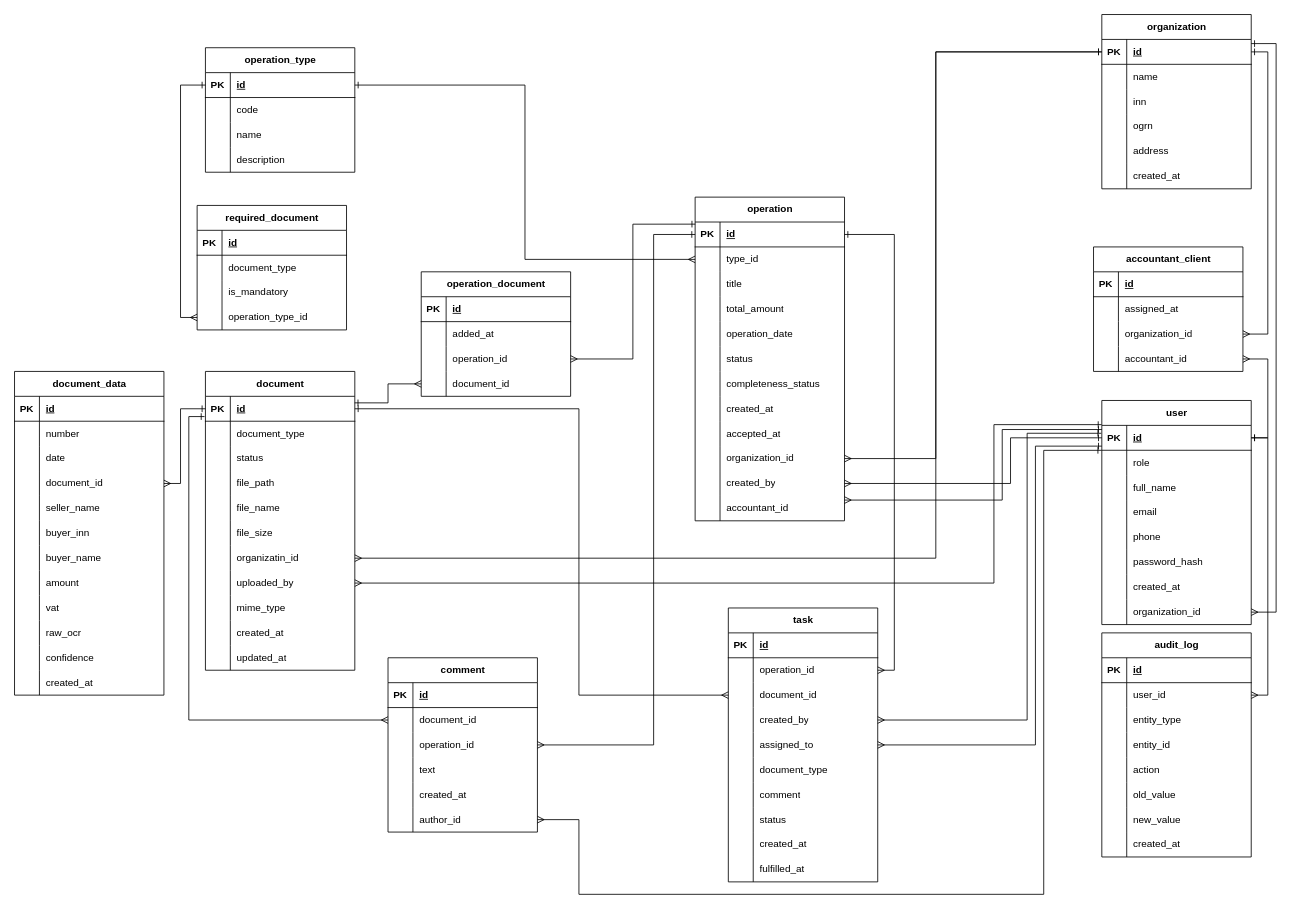
vettta06/docuflow keeps this draw.io diagram as artifacts/er_logical.drawio. Above is the earlier version. Source tidied: cells renumbered, new cells numbered last; positions are measured from the earlier drawing's top-left corner, leaving out a move shared by most shapes. Both pictures are drawn from the tidied source at 83%, with x=0, y=0 at pixel (14, 14).
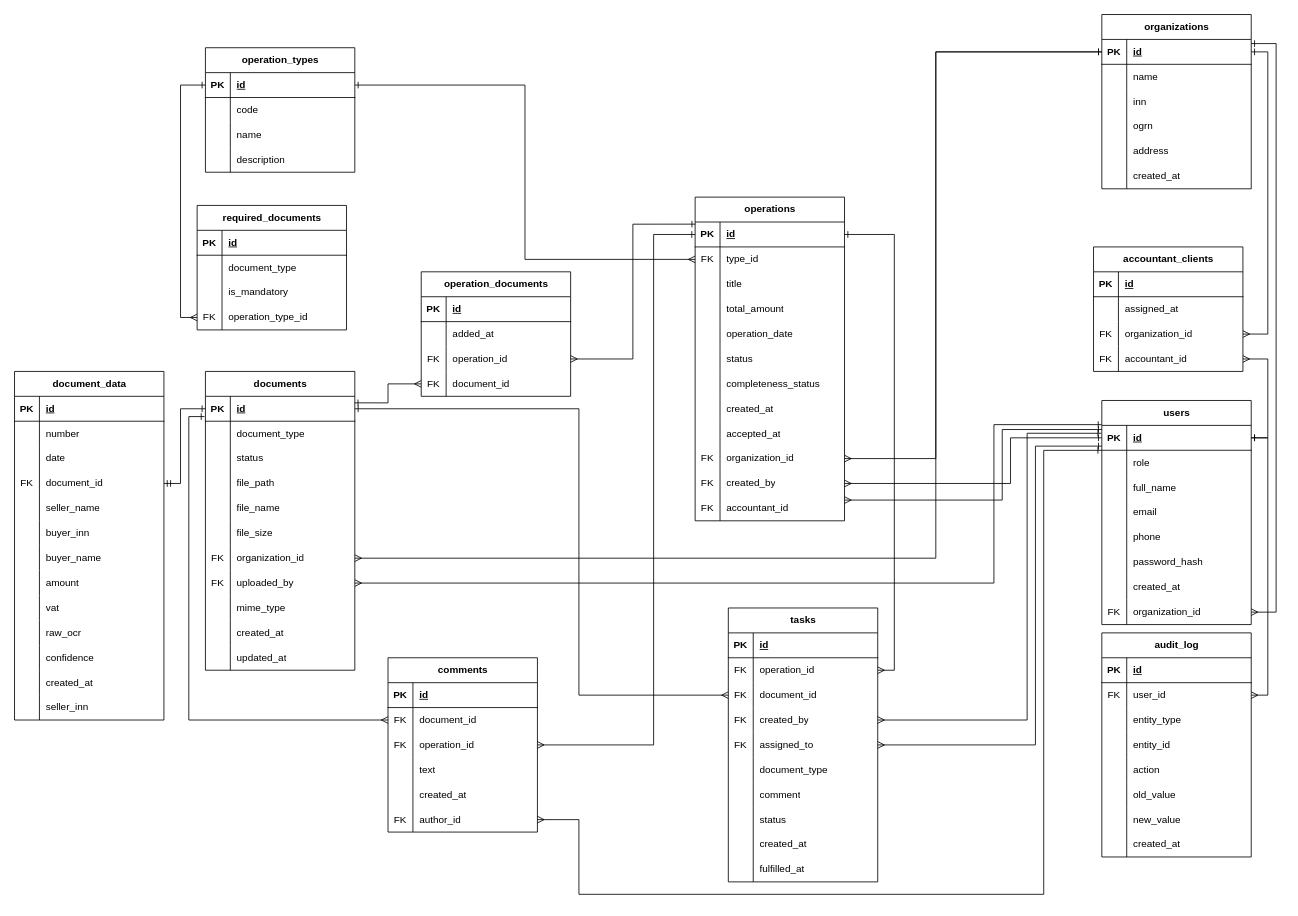
Above is the later version.

The change refers to these unchanged cells:
```xml
<mxCell id="56" style="shape=tableRow;horizontal=0;startSize=0;swimlaneHead=0;swimlaneBody=0;fillColor=none;points=[[0,0.5],[1,0.5]];portConstraint=eastwest;top=0;left=0;right=0;bottom=0;" parent="34" vertex="1">
  <mxGeometry y="240" width="180" height="30" as="geometry" />
</mxCell>
<mxCell id="67" style="shape=tableRow;horizontal=0;startSize=0;swimlaneHead=0;swimlaneBody=0;fillColor=none;points=[[0,0.5],[1,0.5]];portConstraint=eastwest;top=0;left=0;right=0;bottom=0;" parent="60" vertex="1">
  <mxGeometry y="90" width="180" height="30" as="geometry" />
</mxCell>
<mxCell id="70" style="shape=tableRow;horizontal=0;startSize=0;swimlaneHead=0;swimlaneBody=0;fillColor=none;points=[[0,0.5],[1,0.5]];portConstraint=eastwest;top=0;left=0;right=0;bottom=0;" parent="60" vertex="1">
  <mxGeometry y="120" width="180" height="30" as="geometry" />
</mxCell>
<mxCell id="84" style="shape=tableRow;horizontal=0;startSize=0;swimlaneHead=0;swimlaneBody=0;fillColor=none;points=[[0,0.5],[1,0.5]];portConstraint=eastwest;top=0;left=0;right=0;bottom=0;" parent="74" vertex="1">
  <mxGeometry y="120" width="180" height="30" as="geometry" />
</mxCell>
<mxCell id="91" style="shape=tableRow;horizontal=0;startSize=0;swimlaneHead=0;swimlaneBody=0;fillColor=none;points=[[0,0.5],[1,0.5]];portConstraint=eastwest;top=0;left=0;right=0;bottom=0;" parent="87" vertex="1">
  <mxGeometry y="60" width="180" height="30" as="geometry" />
</mxCell>
<mxCell id="115" style="shape=tableRow;horizontal=0;startSize=0;swimlaneHead=0;swimlaneBody=0;fillColor=none;points=[[0,0.5],[1,0.5]];portConstraint=eastwest;top=0;left=0;right=0;bottom=0;" parent="87" vertex="1">
  <mxGeometry y="300" width="180" height="30" as="geometry" />
</mxCell>
<mxCell id="118" style="shape=tableRow;horizontal=0;startSize=0;swimlaneHead=0;swimlaneBody=0;fillColor=none;points=[[0,0.5],[1,0.5]];portConstraint=eastwest;top=0;left=0;right=0;bottom=0;" parent="87" vertex="1">
  <mxGeometry y="330" width="180" height="30" as="geometry" />
</mxCell>
<mxCell id="121" style="shape=tableRow;horizontal=0;startSize=0;swimlaneHead=0;swimlaneBody=0;fillColor=none;top=0;left=0;right=0;bottom=0;" parent="87" vertex="1">
  <mxGeometry y="360" width="180" height="30" as="geometry" />
</mxCell>
<mxCell id="126" style="shape=tableRow;horizontal=0;startSize=0;swimlaneHead=0;swimlaneBody=0;fillColor=none;points=[[0,0.5],[1,0.5]];portConstraint=eastwest;top=0;left=0;right=0;bottom=1;" parent="125" vertex="1">
  <mxGeometry y="30" width="180" height="30" as="geometry" />
</mxCell>
<mxCell id="144" style="shape=tableRow;horizontal=0;startSize=0;swimlaneHead=0;swimlaneBody=0;fillColor=none;points=[[0,0.5],[1,0.5]];portConstraint=eastwest;top=0;left=0;right=0;bottom=0;" parent="125" vertex="1">
  <mxGeometry y="210" width="180" height="30" as="geometry" />
</mxCell>
<mxCell id="147" style="shape=tableRow;horizontal=0;startSize=0;swimlaneHead=0;swimlaneBody=0;fillColor=none;points=[[0,0.5],[1,0.5]];portConstraint=eastwest;top=0;left=0;right=0;bottom=0;" parent="125" vertex="1">
  <mxGeometry y="240" width="180" height="30" as="geometry" />
</mxCell>
<mxCell id="170" style="shape=tableRow;horizontal=0;startSize=0;swimlaneHead=0;swimlaneBody=0;fillColor=none;points=[[0,0.5],[1,0.5]];portConstraint=eastwest;top=0;left=0;right=0;bottom=0;" parent="160" vertex="1">
  <mxGeometry y="120" width="180" height="30" as="geometry" />
</mxCell>
<mxCell id="204" style="shape=tableRow;horizontal=0;startSize=0;swimlaneHead=0;swimlaneBody=0;fillColor=none;points=[[0,0.5],[1,0.5]];portConstraint=eastwest;top=0;left=0;right=0;bottom=0;" parent="197" vertex="1">
  <mxGeometry y="90" width="180" height="30" as="geometry" />
</mxCell>
<mxCell id="207" style="shape=tableRow;horizontal=0;startSize=0;swimlaneHead=0;swimlaneBody=0;fillColor=none;points=[[0,0.5],[1,0.5]];portConstraint=eastwest;top=0;left=0;right=0;bottom=0;" parent="197" vertex="1">
  <mxGeometry y="120" width="180" height="30" as="geometry" />
</mxCell>
<mxCell id="214" style="shape=tableRow;horizontal=0;startSize=0;swimlaneHead=0;swimlaneBody=0;fillColor=none;points=[[0,0.5],[1,0.5]];portConstraint=eastwest;top=0;left=0;right=0;bottom=0;" parent="210" vertex="1">
  <mxGeometry y="60" width="180" height="30" as="geometry" />
</mxCell>
<mxCell id="217" style="shape=tableRow;horizontal=0;startSize=0;swimlaneHead=0;swimlaneBody=0;fillColor=none;points=[[0,0.5],[1,0.5]];portConstraint=eastwest;top=0;left=0;right=0;bottom=0;" parent="210" vertex="1">
  <mxGeometry y="90" width="180" height="30" as="geometry" />
</mxCell>
<mxCell id="220" style="shape=tableRow;horizontal=0;startSize=0;swimlaneHead=0;swimlaneBody=0;fillColor=none;points=[[0,0.5],[1,0.5]];portConstraint=eastwest;top=0;left=0;right=0;bottom=0;" parent="210" vertex="1">
  <mxGeometry y="120" width="180" height="30" as="geometry" />
</mxCell>
<mxCell id="223" style="shape=tableRow;horizontal=0;startSize=0;swimlaneHead=0;swimlaneBody=0;fillColor=none;points=[[0,0.5],[1,0.5]];portConstraint=eastwest;top=0;left=0;right=0;bottom=0;" parent="210" vertex="1">
  <mxGeometry y="150" width="180" height="30" as="geometry" />
</mxCell>
<mxCell id="245" style="shape=tableRow;horizontal=0;startSize=0;swimlaneHead=0;swimlaneBody=0;fillColor=none;points=[[0,0.5],[1,0.5]];portConstraint=eastwest;top=0;left=0;right=0;bottom=0;" parent="241" vertex="1">
  <mxGeometry y="60" width="180" height="30" as="geometry" />
</mxCell>
<mxCell id="248" style="shape=tableRow;horizontal=0;startSize=0;swimlaneHead=0;swimlaneBody=0;fillColor=none;points=[[0,0.5],[1,0.5]];portConstraint=eastwest;top=0;left=0;right=0;bottom=0;" parent="241" vertex="1">
  <mxGeometry y="90" width="180" height="30" as="geometry" />
</mxCell>
<mxCell id="257" style="shape=tableRow;horizontal=0;startSize=0;swimlaneHead=0;swimlaneBody=0;fillColor=none;points=[[0,0.5],[1,0.5]];portConstraint=eastwest;top=0;left=0;right=0;bottom=0;" parent="241" vertex="1">
  <mxGeometry y="180" width="180" height="30" as="geometry" />
</mxCell>
<mxCell id="264" style="shape=tableRow;horizontal=0;startSize=0;swimlaneHead=0;swimlaneBody=0;fillColor=none;points=[[0,0.5],[1,0.5]];portConstraint=eastwest;top=0;left=0;right=0;bottom=0;" parent="260" vertex="1">
  <mxGeometry y="60" width="180" height="30" as="geometry" />
</mxCell>
```

The edit, as a diff of the source:
```diff
@@
-    <mxCell id="2" value="organization" style="shape=table;startSize=30;childLayout=tableLayout;rowLines=0;fontStyle=1;align=center;html=1;" parent="1" vertex="1">
+    <mxCell id="2" value="organizations" style="shape=table;startSize=30;childLayout=tableLayout;rowLines=0;fontStyle=1;align=center;html=1;" parent="1" vertex="1">
       <mxGeometry x="1310" width="180" height="210" as="geometry" />
     </mxCell>
@@
-    <mxCell id="21" value="operation_type" style="shape=table;startSize=30;childLayout=tableLayout;rowLines=0;fontStyle=1;align=center;html=1;" parent="1" vertex="1">
+    <mxCell id="21" value="operation_types" style="shape=table;startSize=30;childLayout=tableLayout;rowLines=0;fontStyle=1;align=center;html=1;" parent="1" vertex="1">
       <mxGeometry x="230" y="40" width="180" height="150" as="geometry" />
     </mxCell>
@@
-    <mxCell id="34" value="user" style="shape=table;startSize=30;childLayout=tableLayout;rowLines=0;fontStyle=1;align=center;html=1;" parent="1" vertex="1">
+    <mxCell id="34" value="users" style="shape=table;startSize=30;childLayout=tableLayout;rowLines=0;fontStyle=1;align=center;html=1;" parent="1" vertex="1">
       <mxGeometry x="1310" y="465" width="180" height="270" as="geometry" />
     </mxCell>
@@
-    <mxCell id="57" style="shape=partialRectangle;fillColor=none;top=0;left=0;bottom=0;right=0;overflow=hidden;whiteSpace=wrap;html=1;" parent="56" vertex="1">
+    <mxCell id="57" value="FK" style="shape=partialRectangle;fillColor=none;top=0;left=0;bottom=0;right=0;overflow=hidden;whiteSpace=wrap;html=1;" parent="56" vertex="1">
       <mxGeometry width="30" height="30" as="geometry" />
     </mxCell>
@@
-    <mxCell id="60" value="accountant_client" style="shape=table;startSize=30;childLayout=tableLayout;rowLines=0;fontStyle=1;align=center;html=1;" parent="1" vertex="1">
+    <mxCell id="60" value="accountant_clients" style="shape=table;startSize=30;childLayout=tableLayout;rowLines=0;fontStyle=1;align=center;html=1;" parent="1" vertex="1">
       <mxGeometry x="1300" y="280" width="180" height="150" as="geometry" />
     </mxCell>
@@
-    <mxCell id="68" style="shape=partialRectangle;fillColor=none;top=0;left=0;bottom=0;right=0;overflow=hidden;whiteSpace=wrap;html=1;" parent="67" vertex="1">
+    <mxCell id="68" value="FK" style="shape=partialRectangle;fillColor=none;top=0;left=0;bottom=0;right=0;overflow=hidden;whiteSpace=wrap;html=1;" parent="67" vertex="1">
       <mxGeometry width="30" height="30" as="geometry" />
     </mxCell>
@@
-    <mxCell id="71" style="shape=partialRectangle;fillColor=none;top=0;left=0;bottom=0;right=0;overflow=hidden;whiteSpace=wrap;html=1;" parent="70" vertex="1">
+    <mxCell id="71" value="FK" style="shape=partialRectangle;fillColor=none;top=0;left=0;bottom=0;right=0;overflow=hidden;whiteSpace=wrap;html=1;" parent="70" vertex="1">
       <mxGeometry width="30" height="30" as="geometry" />
     </mxCell>
@@
-    <mxCell id="74" value="required_document" style="shape=table;startSize=30;childLayout=tableLayout;rowLines=0;fontStyle=1;align=center;html=1;" parent="1" vertex="1">
+    <mxCell id="74" value="required_documents" style="shape=table;startSize=30;childLayout=tableLayout;rowLines=0;fontStyle=1;align=center;html=1;" parent="1" vertex="1">
       <mxGeometry x="220" y="230" width="180" height="150" as="geometry" />
     </mxCell>
@@
-    <mxCell id="85" style="shape=partialRectangle;fillColor=none;top=0;left=0;bottom=0;right=0;overflow=hidden;whiteSpace=wrap;html=1;" parent="84" vertex="1">
+    <mxCell id="85" value="FK" style="shape=partialRectangle;fillColor=none;top=0;left=0;bottom=0;right=0;overflow=hidden;whiteSpace=wrap;html=1;" parent="84" vertex="1">
       <mxGeometry width="30" height="30" as="geometry" />
     </mxCell>
@@
-    <mxCell id="87" value="operation" style="shape=table;startSize=30;childLayout=tableLayout;rowLines=0;fontStyle=1;align=center;html=1;" parent="1" vertex="1">
+    <mxCell id="87" value="operations" style="shape=table;startSize=30;childLayout=tableLayout;rowLines=0;fontStyle=1;align=center;html=1;" parent="1" vertex="1">
       <mxGeometry x="820" y="220" width="180" height="390" as="geometry" />
     </mxCell>
@@
-    <mxCell id="92" style="shape=partialRectangle;fillColor=none;top=0;left=0;bottom=0;right=0;overflow=hidden;whiteSpace=wrap;html=1;" parent="91" vertex="1">
+    <mxCell id="92" value="FK" style="shape=partialRectangle;fillColor=none;top=0;left=0;bottom=0;right=0;overflow=hidden;whiteSpace=wrap;html=1;" parent="91" vertex="1">
       <mxGeometry width="30" height="30" as="geometry" />
     </mxCell>
@@
-    <mxCell id="116" style="shape=partialRectangle;fillColor=none;top=0;left=0;bottom=0;right=0;overflow=hidden;whiteSpace=wrap;html=1;" parent="115" vertex="1">
+    <mxCell id="116" value="FK" style="shape=partialRectangle;fillColor=none;top=0;left=0;bottom=0;right=0;overflow=hidden;whiteSpace=wrap;html=1;" parent="115" vertex="1">
       <mxGeometry width="30" height="30" as="geometry" />
     </mxCell>
@@
-    <mxCell id="119" style="shape=partialRectangle;fillColor=none;top=0;left=0;bottom=0;right=0;overflow=hidden;whiteSpace=wrap;html=1;" parent="118" vertex="1">
+    <mxCell id="119" value="FK" style="shape=partialRectangle;fillColor=none;top=0;left=0;bottom=0;right=0;overflow=hidden;whiteSpace=wrap;html=1;" parent="118" vertex="1">
       <mxGeometry width="30" height="30" as="geometry" />
     </mxCell>
@@
-    <mxCell id="122" style="shape=partialRectangle;fillColor=none;top=0;left=0;bottom=0;right=0;overflow=hidden;whiteSpace=wrap;html=1;" parent="121" vertex="1">
+    <mxCell id="122" value="FK" style="shape=partialRectangle;fillColor=none;top=0;left=0;bottom=0;right=0;overflow=hidden;whiteSpace=wrap;html=1;" parent="121" vertex="1">
       <mxGeometry width="30" height="30" as="geometry" />
     </mxCell>
@@
-    <mxCell id="125" value="document" style="shape=table;startSize=30;childLayout=tableLayout;rowLines=0;fontStyle=1;align=center;html=1;" parent="1" vertex="1">
+    <mxCell id="125" value="documents" style="shape=table;startSize=30;childLayout=tableLayout;rowLines=0;fontStyle=1;align=center;html=1;" parent="1" vertex="1">
       <mxGeometry x="230" y="430" width="180" height="360" as="geometry" />
     </mxCell>
@@
-    <mxCell id="145" style="shape=partialRectangle;fillColor=none;top=0;left=0;bottom=0;right=0;overflow=hidden;whiteSpace=wrap;html=1;" parent="144" vertex="1">
+    <mxCell id="145" value="FK" style="shape=partialRectangle;fillColor=none;top=0;left=0;bottom=0;right=0;overflow=hidden;whiteSpace=wrap;html=1;" parent="144" vertex="1">
       <mxGeometry width="30" height="30" as="geometry" />
     </mxCell>
-    <mxCell id="146" value="organizatin_id" style="shape=partialRectangle;fillColor=none;top=0;left=0;bottom=0;right=0;align=left;spacingLeft=6;overflow=hidden;whiteSpace=wrap;html=1;" parent="144" vertex="1">
+    <mxCell id="146" value="organization_id" style="shape=partialRectangle;fillColor=none;top=0;left=0;bottom=0;right=0;align=left;spacingLeft=6;overflow=hidden;whiteSpace=wrap;html=1;" parent="144" vertex="1">
       <mxGeometry x="30" width="150" height="30" as="geometry" />
     </mxCell>
@@
-    <mxCell id="148" style="shape=partialRectangle;fillColor=none;top=0;left=0;bottom=0;right=0;overflow=hidden;whiteSpace=wrap;html=1;" parent="147" vertex="1">
+    <mxCell id="148" value="FK" style="shape=partialRectangle;fillColor=none;top=0;left=0;bottom=0;right=0;overflow=hidden;whiteSpace=wrap;html=1;" parent="147" vertex="1">
       <mxGeometry width="30" height="30" as="geometry" />
     </mxCell>
@@
     <mxCell id="160" value="document_data" style="shape=table;startSize=30;childLayout=tableLayout;rowLines=0;fontStyle=1;align=center;html=1;" parent="1" vertex="1">
-      <mxGeometry y="430" width="180" height="390" as="geometry" />
+      <mxGeometry y="430" width="180" height="420" as="geometry" />
     </mxCell>
@@
-    <mxCell id="171" style="shape=partialRectangle;fillColor=none;top=0;left=0;bottom=0;right=0;overflow=hidden;whiteSpace=wrap;html=1;" parent="170" vertex="1">
+    <mxCell id="171" value="FK" style="shape=partialRectangle;fillColor=none;top=0;left=0;bottom=0;right=0;overflow=hidden;whiteSpace=wrap;html=1;" parent="170" vertex="1">
       <mxGeometry width="30" height="30" as="geometry" />
     </mxCell>
@@
+    <mxCell id="302" style="shape=tableRow;horizontal=0;startSize=0;swimlaneHead=0;swimlaneBody=0;fillColor=none;top=0;left=0;right=0;bottom=0;" parent="160" vertex="1">
+      <mxGeometry y="390" width="180" height="30" as="geometry" />
+    </mxCell>
+    <mxCell id="303" style="shape=partialRectangle;fillColor=none;top=0;left=0;bottom=0;right=0;overflow=hidden;whiteSpace=wrap;html=1;" parent="302" vertex="1">
+      <mxGeometry width="30" height="30" as="geometry" />
+    </mxCell>
+    <mxCell id="304" value="seller_inn" style="shape=partialRectangle;fillColor=none;top=0;left=0;bottom=0;right=0;align=left;spacingLeft=6;overflow=hidden;whiteSpace=wrap;html=1;" parent="302" vertex="1">
+      <mxGeometry x="30" width="150" height="30" as="geometry" />
+    </mxCell>
-    <mxCell id="197" value="operation_document" style="shape=table;startSize=30;childLayout=tableLayout;rowLines=0;fontStyle=1;align=center;html=1;" parent="1" vertex="1">
+    <mxCell id="197" value="operation_documents" style="shape=table;startSize=30;childLayout=tableLayout;rowLines=0;fontStyle=1;align=center;html=1;" parent="1" vertex="1">
       <mxGeometry x="490" y="310" width="180" height="150" as="geometry" />
     </mxCell>
@@
-    <mxCell id="205" style="shape=partialRectangle;fillColor=none;top=0;left=0;bottom=0;right=0;overflow=hidden;whiteSpace=wrap;html=1;" parent="204" vertex="1">
+    <mxCell id="205" value="FK" style="shape=partialRectangle;fillColor=none;top=0;left=0;bottom=0;right=0;overflow=hidden;whiteSpace=wrap;html=1;" parent="204" vertex="1">
       <mxGeometry width="30" height="30" as="geometry" />
     </mxCell>
@@
-    <mxCell id="208" style="shape=partialRectangle;fillColor=none;top=0;left=0;bottom=0;right=0;overflow=hidden;whiteSpace=wrap;html=1;" parent="207" vertex="1">
+    <mxCell id="208" value="FK" style="shape=partialRectangle;fillColor=none;top=0;left=0;bottom=0;right=0;overflow=hidden;whiteSpace=wrap;html=1;" parent="207" vertex="1">
       <mxGeometry width="30" height="30" as="geometry" />
     </mxCell>
@@
-    <mxCell id="210" value="task" style="shape=table;startSize=30;childLayout=tableLayout;rowLines=0;fontStyle=1;align=center;html=1;" parent="1" vertex="1">
+    <mxCell id="210" value="tasks" style="shape=table;startSize=30;childLayout=tableLayout;rowLines=0;fontStyle=1;align=center;html=1;" parent="1" vertex="1">
       <mxGeometry x="860" y="715" width="180" height="330" as="geometry" />
     </mxCell>
@@
-    <mxCell id="215" style="shape=partialRectangle;fillColor=none;top=0;left=0;bottom=0;right=0;overflow=hidden;whiteSpace=wrap;html=1;" parent="214" vertex="1">
+    <mxCell id="215" value="FK" style="shape=partialRectangle;fillColor=none;top=0;left=0;bottom=0;right=0;overflow=hidden;whiteSpace=wrap;html=1;" parent="214" vertex="1">
       <mxGeometry width="30" height="30" as="geometry" />
     </mxCell>
@@
-    <mxCell id="218" style="shape=partialRectangle;fillColor=none;top=0;left=0;bottom=0;right=0;overflow=hidden;whiteSpace=wrap;html=1;" parent="217" vertex="1">
+    <mxCell id="218" value="FK" style="shape=partialRectangle;fillColor=none;top=0;left=0;bottom=0;right=0;overflow=hidden;whiteSpace=wrap;html=1;" parent="217" vertex="1">
       <mxGeometry width="30" height="30" as="geometry" />
     </mxCell>
@@
-    <mxCell id="221" style="shape=partialRectangle;fillColor=none;top=0;left=0;bottom=0;right=0;overflow=hidden;whiteSpace=wrap;html=1;" parent="220" vertex="1">
+    <mxCell id="221" value="FK" style="shape=partialRectangle;fillColor=none;top=0;left=0;bottom=0;right=0;overflow=hidden;whiteSpace=wrap;html=1;" parent="220" vertex="1">
       <mxGeometry width="30" height="30" as="geometry" />
     </mxCell>
@@
-    <mxCell id="224" style="shape=partialRectangle;fillColor=none;top=0;left=0;bottom=0;right=0;overflow=hidden;whiteSpace=wrap;html=1;" parent="223" vertex="1">
+    <mxCell id="224" value="FK" style="shape=partialRectangle;fillColor=none;top=0;left=0;bottom=0;right=0;overflow=hidden;whiteSpace=wrap;html=1;" parent="223" vertex="1">
       <mxGeometry width="30" height="30" as="geometry" />
     </mxCell>
@@
-    <mxCell id="241" value="comment" style="shape=table;startSize=30;childLayout=tableLayout;rowLines=0;fontStyle=1;align=center;html=1;" parent="1" vertex="1">
+    <mxCell id="241" value="comments" style="shape=table;startSize=30;childLayout=tableLayout;rowLines=0;fontStyle=1;align=center;html=1;" parent="1" vertex="1">
       <mxGeometry x="450" y="775" width="180" height="210" as="geometry" />
     </mxCell>
@@
-    <mxCell id="246" style="shape=partialRectangle;fillColor=none;top=0;left=0;bottom=0;right=0;overflow=hidden;whiteSpace=wrap;html=1;" parent="245" vertex="1">
+    <mxCell id="246" value="FK" style="shape=partialRectangle;fillColor=none;top=0;left=0;bottom=0;right=0;overflow=hidden;whiteSpace=wrap;html=1;" parent="245" vertex="1">
       <mxGeometry width="30" height="30" as="geometry" />
     </mxCell>
@@
-    <mxCell id="249" style="shape=partialRectangle;fillColor=none;top=0;left=0;bottom=0;right=0;overflow=hidden;whiteSpace=wrap;html=1;" parent="248" vertex="1">
+    <mxCell id="249" value="FK" style="shape=partialRectangle;fillColor=none;top=0;left=0;bottom=0;right=0;overflow=hidden;whiteSpace=wrap;html=1;" parent="248" vertex="1">
       <mxGeometry width="30" height="30" as="geometry" />
     </mxCell>
@@
-    <mxCell id="258" style="shape=partialRectangle;fillColor=none;top=0;left=0;bottom=0;right=0;overflow=hidden;whiteSpace=wrap;html=1;" parent="257" vertex="1">
+    <mxCell id="258" value="FK" style="shape=partialRectangle;fillColor=none;top=0;left=0;bottom=0;right=0;overflow=hidden;whiteSpace=wrap;html=1;" parent="257" vertex="1">
       <mxGeometry width="30" height="30" as="geometry" />
     </mxCell>
@@
-    <mxCell id="265" style="shape=partialRectangle;fillColor=none;top=0;left=0;bottom=0;right=0;overflow=hidden;whiteSpace=wrap;html=1;" parent="264" vertex="1">
+    <mxCell id="265" value="FK" style="shape=partialRectangle;fillColor=none;top=0;left=0;bottom=0;right=0;overflow=hidden;whiteSpace=wrap;html=1;" parent="264" vertex="1">
       <mxGeometry width="30" height="30" as="geometry" />
     </mxCell>
@@
-    <mxCell id="286" style="edgeStyle=orthogonalEdgeStyle;rounded=0;jettySize=auto;html=1;exitX=1;exitY=0.5;exitDx=0;exitDy=0;entryX=0;entryY=0.5;entryDx=0;entryDy=0;startArrow=ERmany;startFill=0;endArrow=ERone;endFill=0;" parent="1" edge="1" source="170" target="126">
+    <mxCell id="286" style="edgeStyle=orthogonalEdgeStyle;rounded=0;jettySize=auto;html=1;exitX=1;exitY=0.5;exitDx=0;exitDy=0;entryX=0;entryY=0.5;entryDx=0;entryDy=0;startArrow=ERmandOne;startFill=0;endArrow=ERone;endFill=0;" parent="1" edge="1" source="170" target="126">
       <mxGeometry relative="1" as="geometry">
         <Array as="points">
           <mxPoint x="200" y="565" />
           <mxPoint x="200" y="475" />
         </Array>
       </mxGeometry>
     </mxCell>
```
